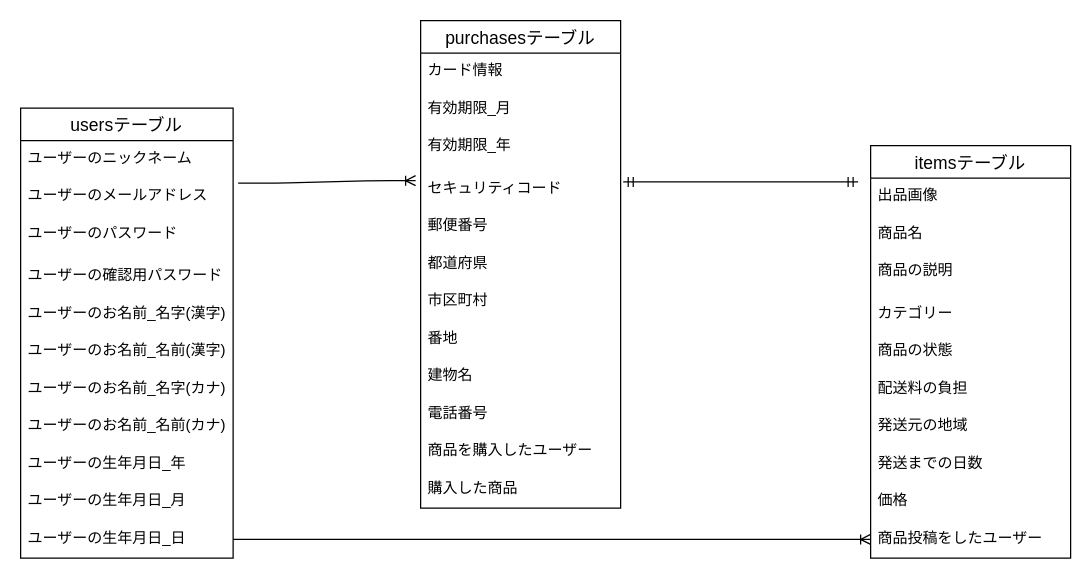
Earlier version of the draw.io diagram ER.dio (Shinji1987/furima-33544). Source tidied: cells renumbered, new cells numbered last; positions are measured from the earlier drawing's top-left corner, leaving out a move shared by most shapes. Both pictures are drawn from the tidied source at 125%, with x=0, y=0 at pixel (20, 20).
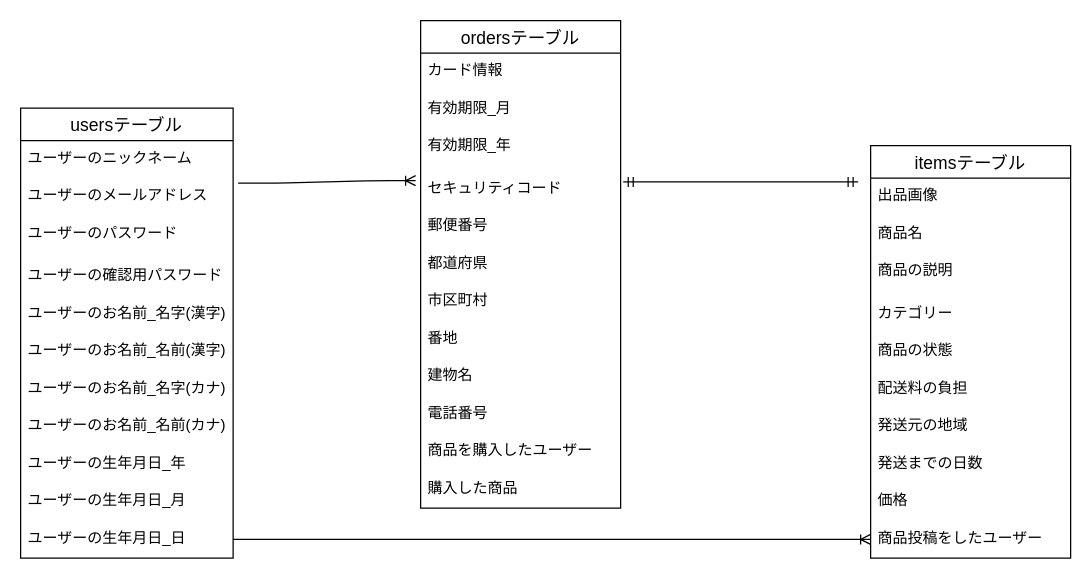
The same diagram, later.

What changed in the source:
```diff
@@
-    <mxCell id="27" value="purchasesテーブル" style="swimlane;fontStyle=0;horizontal=1;startSize=26;align=center;fontSize=14;" parent="1" vertex="1">
+    <mxCell id="27" value="ordersテーブル" style="swimlane;fontStyle=0;horizontal=1;startSize=26;align=center;fontSize=14;" parent="1" vertex="1">
       <mxGeometry x="320" width="160" height="390" as="geometry" />
     </mxCell>
```
